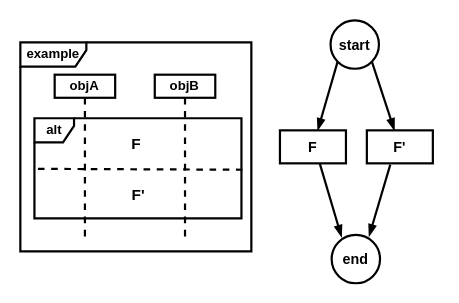
ShiYufei0708/draw keeps this draw.io diagram as alt.drawio. Above is the earlier version. Source tidied: cells renumbered, new cells numbered last; positions are measured from the earlier drawing's top-left corner, leaving out a move shared by most shapes. Both pictures are drawn from the tidied source at 110%, with x=0, y=0 at pixel (20, 20).
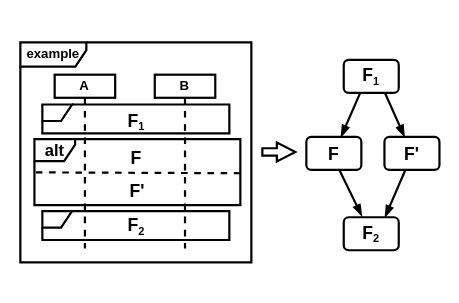
The same diagram, later.

What changed in the source:
```diff
@@
-    <mxCell id="2" style="group;fontStyle=1;strokeWidth=2;" parent="1" vertex="1">
-      <mxGeometry y="20" width="210" height="190" as="geometry" />
-    </mxCell>
+    <mxCell id="10" style="rounded=0;jettySize=auto;html=1;exitX=0.297;exitY=1.004;exitDx=0;exitDy=0;endArrow=blockThin;endFill=1;fontStyle=1;strokeWidth=2;exitPerimeter=0;" parent="1" edge="1" source="18" target="15">
+      <mxGeometry relative="1" as="geometry" />
+    </mxCell>
+    <mxCell id="11" style="rounded=0;jettySize=auto;html=1;exitX=0.75;exitY=1;exitDx=0;exitDy=0;endArrow=blockThin;endFill=1;fontStyle=1;strokeWidth=2;" parent="1" edge="1" source="18" target="16">
+      <mxGeometry relative="1" as="geometry" />
+    </mxCell>
+    <mxCell id="14" style="rounded=0;jettySize=auto;html=1;exitX=0.605;exitY=1.016;exitDx=0;exitDy=0;exitPerimeter=0;endArrow=blockThin;endFill=1;fontStyle=1;strokeWidth=2;entryX=0.331;entryY=-0.03;entryDx=0;entryDy=0;entryPerimeter=0;" parent="1" edge="1" source="15" target="19">
+      <mxGeometry relative="1" as="geometry" />
+    </mxCell>
+    <mxCell id="15" value="&lt;span style=&quot;font-size: 16px; text-wrap: nowrap;&quot;&gt;F&lt;/span&gt;" style="rounded=1;whiteSpace=wrap;html=1;fontStyle=1;strokeWidth=2;" parent="1" vertex="1">
+      <mxGeometry x="260" y="106" width="50" height="30" as="geometry" />
+    </mxCell>
+    <mxCell id="16" value="&lt;span style=&quot;font-size: 16px;&quot;&gt;F'&lt;/span&gt;" style="rounded=1;whiteSpace=wrap;html=1;fontStyle=1;strokeWidth=2;" parent="1" vertex="1">
+      <mxGeometry x="331" y="106" width="50" height="30" as="geometry" />
+    </mxCell>
+    <mxCell id="17" style="rounded=0;jettySize=auto;html=1;entryX=0.75;entryY=0;entryDx=0;entryDy=0;endArrow=blockThin;endFill=1;fontStyle=1;strokeWidth=2;" parent="1" edge="1" target="19">
+      <mxGeometry relative="1" as="geometry">
+        <mxPoint x="350" y="136" as="sourcePoint" />
+      </mxGeometry>
+    </mxCell>
+    <mxCell id="18" value="&lt;span style=&quot;text-wrap: nowrap; font-size: 16px;&quot;&gt;F&lt;/span&gt;&lt;sub style=&quot;text-wrap: nowrap;&quot;&gt;1&lt;/sub&gt;" style="rounded=1;whiteSpace=wrap;html=1;fontStyle=1;strokeWidth=2;" parent="1" vertex="1">
+      <mxGeometry x="294" y="36" width="50" height="30" as="geometry" />
+    </mxCell>
+    <mxCell id="19" value="&lt;span style=&quot;font-size: 16px;&quot;&gt;F&lt;/span&gt;&lt;sub&gt;2&lt;/sub&gt;" style="rounded=1;whiteSpace=wrap;html=1;fontStyle=1;strokeWidth=2;" parent="1" vertex="1">
+      <mxGeometry x="294" y="179" width="50" height="30" as="geometry" />
+    </mxCell>
+    <mxCell id="20" style="html=1;shadow=0;dashed=0;align=center;verticalAlign=middle;shape=mxgraph.arrows2.arrow;dy=0.61;dx=16.82;notch=0;strokeWidth=2;" parent="1" vertex="1">
+      <mxGeometry x="220" y="111" width="30" height="17.2" as="geometry" />
+    </mxCell>
+    <mxCell id="21" style="group;" parent="1" vertex="1">
+      <mxGeometry y="20" width="210" height="200" as="geometry" />
+    </mxCell>
-    <mxCell id="3" value="objA" style="shape=umlLifeline;perimeter=lifelinePerimeter;whiteSpace=wrap;html=1;newEdgeStyle={&quot;curved&quot;:0,&quot;rounded&quot;:0};size=21;fontStyle=1;strokeWidth=2;" parent="2" vertex="1">
-      <mxGeometry x="31.2" y="29.4" width="55" height="150.9" as="geometry" />
+    <mxCell id="3" value="A" style="shape=umlLifeline;perimeter=lifelinePerimeter;whiteSpace=wrap;html=1;newEdgeStyle={&quot;curved&quot;:0,&quot;rounded&quot;:0};size=21;fontStyle=1;strokeWidth=2;" parent="21" vertex="1">
+      <mxGeometry x="31.2" y="29.4" width="55" height="158" as="geometry" />
     </mxCell>
-    <mxCell id="4" value="alt" style="shape=umlFrame;whiteSpace=wrap;html=1;width=36;height=22;fontStyle=1;strokeWidth=2;" parent="2" vertex="1">
-      <mxGeometry x="12.8" y="69" width="188.2" height="91" as="geometry" />
+    <mxCell id="4" value="&lt;font style=&quot;font-size: 15px;&quot;&gt;alt&lt;/font&gt;" style="shape=umlFrame;whiteSpace=wrap;html=1;width=37;height=20;fontStyle=1;strokeWidth=2;" parent="21" vertex="1">
+      <mxGeometry x="12.8" y="88" width="187.2" height="60" as="geometry" />
     </mxCell>
-    <mxCell id="5" value="example" style="shape=umlFrame;whiteSpace=wrap;html=1;width=60;height=22;fontStyle=1;strokeWidth=2;" parent="2" vertex="1">
-      <mxGeometry width="210" height="190" as="geometry" />
+    <mxCell id="5" value="example" style="shape=umlFrame;whiteSpace=wrap;html=1;width=60;height=22;fontStyle=1;strokeWidth=2;" parent="21" vertex="1">
+      <mxGeometry width="210" height="200" as="geometry" />
     </mxCell>
-    <mxCell id="6" value="&lt;font style=&quot;font-size: 14px;&quot;&gt;F'&lt;/font&gt;" style="text;html=1;align=center;verticalAlign=middle;strokeColor=none;fillColor=none;fontStyle=1;strokeWidth=2;" parent="2" vertex="1">
-      <mxGeometry x="92.4" y="124" width="29" height="29" as="geometry" />
+    <mxCell id="6" value="&lt;span style=&quot;font-size: 16px;&quot;&gt;F'&lt;/span&gt;" style="text;html=1;align=center;verticalAlign=middle;strokeColor=none;fillColor=none;fontStyle=1;strokeWidth=2;" parent="21" vertex="1">
+      <mxGeometry x="86.4" y="120" width="40" height="30" as="geometry" />
     </mxCell>
-    <mxCell id="7" value="&lt;span style=&quot;&quot;&gt;&lt;font style=&quot;font-size: 14px;&quot;&gt;F&lt;/font&gt;&lt;/span&gt;" style="text;html=1;align=center;verticalAlign=middle;strokeColor=none;fillColor=none;fontStyle=1;strokeWidth=2;" parent="2" vertex="1">
-      <mxGeometry x="89.6" y="77" width="30" height="30" as="geometry" />
+    <mxCell id="7" value="&lt;span style=&quot;font-size: 16px;&quot;&gt;F&lt;/span&gt;" style="text;html=1;align=center;verticalAlign=middle;strokeColor=none;fillColor=none;fontStyle=1;strokeWidth=2;" parent="21" vertex="1">
+      <mxGeometry x="90" y="90" width="30" height="30" as="geometry" />
     </mxCell>
-    <mxCell id="8" style="endArrow=none;dashed=1;html=1;rounded=0;entryX=1.005;entryY=0.536;entryDx=0;entryDy=0;entryPerimeter=0;fontStyle=1;strokeWidth=2;" parent="2" edge="1">
+    <mxCell id="8" style="endArrow=none;dashed=1;html=1;rounded=0;entryX=1.005;entryY=0.536;entryDx=0;entryDy=0;entryPerimeter=0;fontStyle=1;strokeWidth=2;" parent="21" edge="1">
       <mxGeometry relative="1" as="geometry">
-        <mxPoint x="16" y="115" as="sourcePoint" />
-        <mxPoint x="201.9" y="115.8" as="targetPoint" />
+        <mxPoint x="14.1" y="118.2" as="sourcePoint" />
+        <mxPoint x="200" y="119" as="targetPoint" />
       </mxGeometry>
     </mxCell>
-    <mxCell id="9" value="objB" style="shape=umlLifeline;perimeter=lifelinePerimeter;whiteSpace=wrap;html=1;newEdgeStyle={&quot;curved&quot;:0,&quot;rounded&quot;:0};size=21;fontStyle=1;strokeWidth=2;" parent="2" vertex="1">
-      <mxGeometry x="122.2" y="29.4" width="55" height="150.9" as="geometry" />
+    <mxCell id="9" value="B" style="shape=umlLifeline;perimeter=lifelinePerimeter;whiteSpace=wrap;html=1;newEdgeStyle={&quot;curved&quot;:0,&quot;rounded&quot;:0};size=21;fontStyle=1;strokeWidth=2;" parent="21" vertex="1">
+      <mxGeometry x="122.2" y="29.4" width="55" height="158" as="geometry" />
     </mxCell>
-    <mxCell id="10" style="rounded=0;jettySize=auto;html=1;exitX=0;exitY=1;exitDx=0;exitDy=0;endArrow=blockThin;endFill=1;fontStyle=1;strokeWidth=2;" parent="1" edge="1" source="12" target="15">
-      <mxGeometry relative="1" as="geometry" />
-    </mxCell>
-    <mxCell id="11" style="rounded=0;jettySize=auto;html=1;exitX=1;exitY=1;exitDx=0;exitDy=0;endArrow=blockThin;endFill=1;fontStyle=1;strokeWidth=2;" parent="1" edge="1" source="12" target="16">
-      <mxGeometry relative="1" as="geometry" />
-    </mxCell>
-    <mxCell id="12" value="&lt;font style=&quot;font-size: 13px;&quot;&gt;start&lt;/font&gt;" style="ellipse;whiteSpace=wrap;html=1;fontStyle=1;strokeWidth=2;" parent="1" vertex="1">
-      <mxGeometry x="282" width="44" height="44" as="geometry" />
-    </mxCell>
-    <mxCell id="13" value="&lt;font style=&quot;font-size: 13px;&quot;&gt;end&lt;/font&gt;" style="ellipse;whiteSpace=wrap;html=1;fontStyle=1;strokeWidth=2;" parent="1" vertex="1">
-      <mxGeometry x="283" y="195" width="44" height="44" as="geometry" />
-    </mxCell>
-    <mxCell id="14" style="rounded=0;jettySize=auto;html=1;exitX=0.605;exitY=1.016;exitDx=0;exitDy=0;exitPerimeter=0;endArrow=blockThin;endFill=1;fontStyle=1;strokeWidth=2;" parent="1" edge="1" source="15">
-      <mxGeometry relative="1" as="geometry">
-        <mxPoint x="292" y="197" as="targetPoint" />
-      </mxGeometry>
-    </mxCell>
-    <mxCell id="15" value="&lt;font style=&quot;font-size: 13px;&quot;&gt;F&lt;/font&gt;" style="rounded=0;whiteSpace=wrap;html=1;fontStyle=1;strokeWidth=2;" parent="1" vertex="1">
-      <mxGeometry x="236" y="100" width="60" height="30" as="geometry" />
-    </mxCell>
-    <mxCell id="16" value="&lt;font style=&quot;font-size: 13px;&quot;&gt;F'&lt;/font&gt;" style="rounded=0;whiteSpace=wrap;html=1;fontStyle=1;strokeWidth=2;" parent="1" vertex="1">
-      <mxGeometry x="315" y="100" width="60" height="30" as="geometry" />
-    </mxCell>
-    <mxCell id="17" style="rounded=0;jettySize=auto;html=1;entryX=0.773;entryY=0.029;entryDx=0;entryDy=0;endArrow=blockThin;endFill=1;entryPerimeter=0;exitX=0.355;exitY=1.039;exitDx=0;exitDy=0;exitPerimeter=0;fontStyle=1;strokeWidth=2;" parent="1" edge="1" source="16" target="13">
-      <mxGeometry relative="1" as="geometry" />
-    </mxCell>
+    <mxCell id="22" style="shape=umlFrame;whiteSpace=wrap;html=1;width=27;height=15;fontStyle=1;strokeWidth=2;" parent="21" vertex="1">
+      <mxGeometry x="20" y="56.5" width="170" height="26.2" as="geometry" />
+    </mxCell>
+    <mxCell id="23" value="&lt;span style=&quot;font-size: 16px;&quot;&gt;F&lt;/span&gt;&lt;sub&gt;1&lt;/sub&gt;" style="text;html=1;align=center;verticalAlign=middle;strokeColor=none;fillColor=none;fontStyle=1;strokeWidth=2;" parent="21" vertex="1">
+      <mxGeometry x="85" y="56.5" width="40" height="30" as="geometry" />
+    </mxCell>
+    <mxCell id="24" style="shape=umlFrame;whiteSpace=wrap;html=1;width=27;height=15;fontStyle=1;strokeWidth=2;" parent="21" vertex="1">
+      <mxGeometry x="20" y="153.5" width="170" height="26.2" as="geometry" />
+    </mxCell>
+    <mxCell id="25" value="&lt;span style=&quot;text-wrap: wrap; font-size: 16px;&quot;&gt;F&lt;/span&gt;&lt;sub style=&quot;text-wrap: wrap;&quot;&gt;2&lt;/sub&gt;" style="text;html=1;align=center;verticalAlign=middle;strokeColor=none;fillColor=none;fontStyle=1;strokeWidth=2;" parent="21" vertex="1">
+      <mxGeometry x="85" y="151.5" width="40" height="30" as="geometry" />
+    </mxCell>
```
